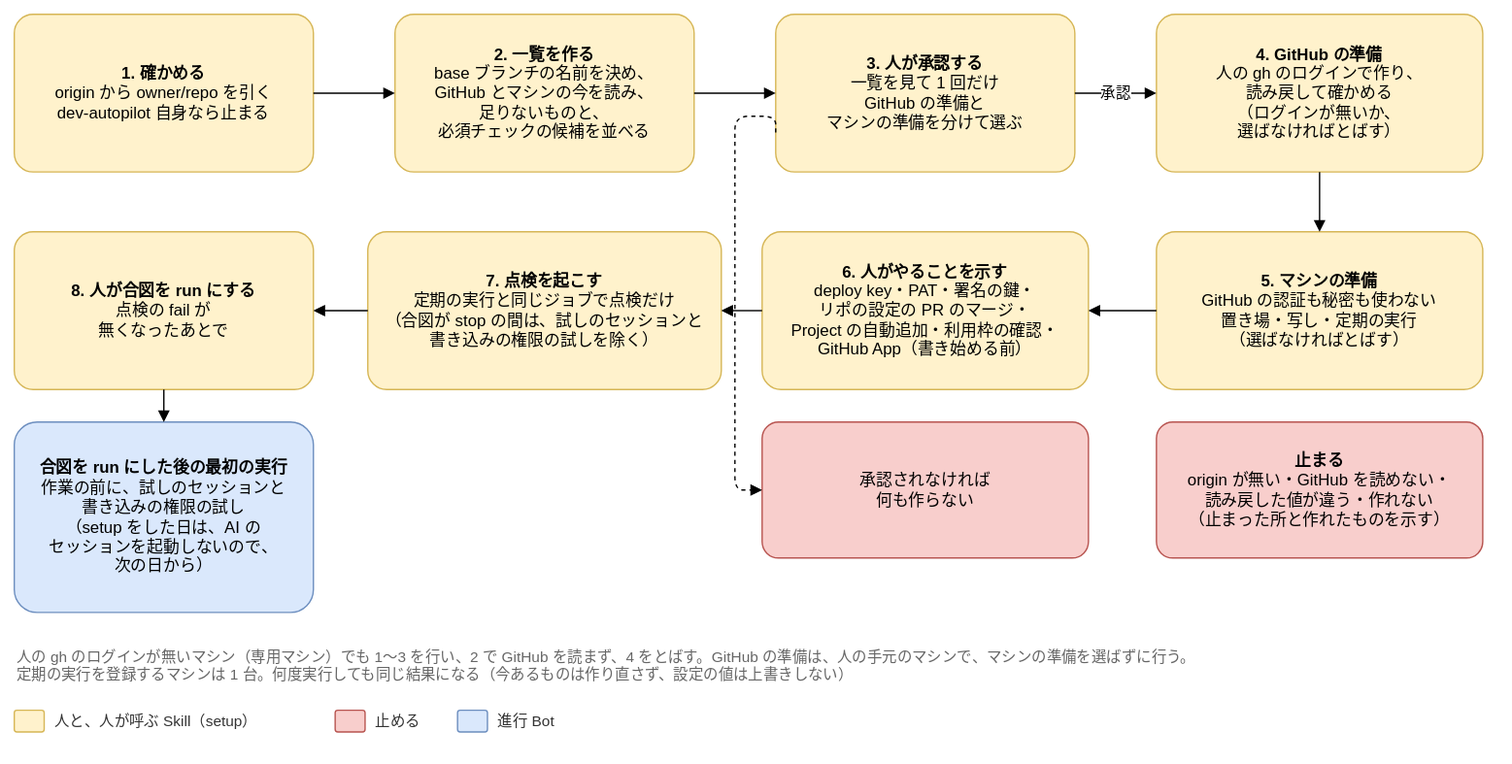
Above: docs/design/basic/diagrams/04-setup-flow.drawio.svg in Joymerrevent/dev-autopilot (draw.io), before the change. Source tidied: cells renumbered, new cells last; positions are measured from the earlier drawing's top-left corner, leaving out a move shared by most shapes.
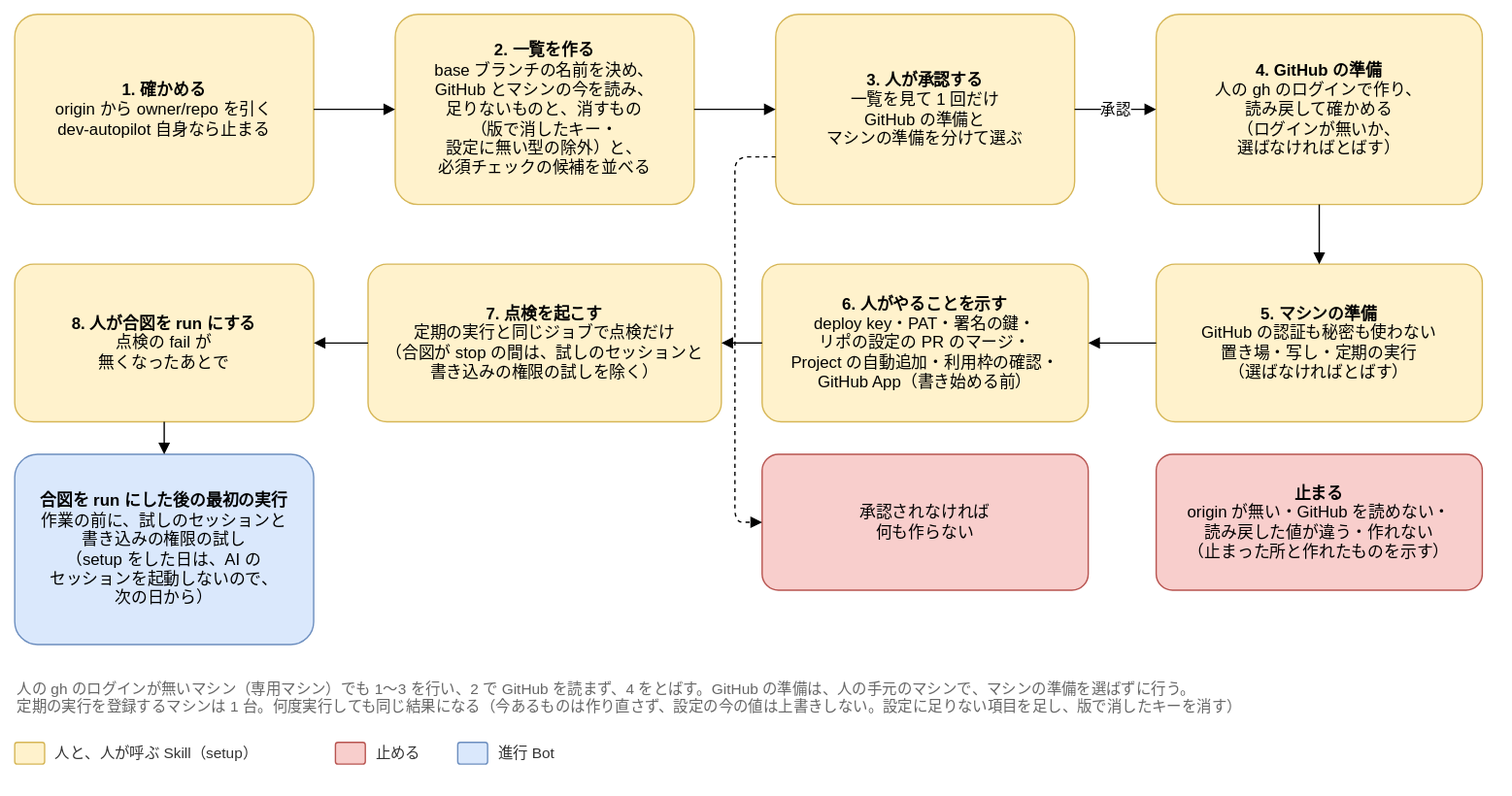
Later version of the same file.

What changed in the source:
```diff
@@ -3,16 +3,16 @@
     <mxCell id="0" />
     <mxCell id="1" parent="0" />
     <mxCell id="2" value="&lt;b&gt;1. 確かめる&lt;/b&gt;&lt;br&gt;origin から owner/repo を引く&lt;br&gt;dev-autopilot 自身なら止まる" style="rounded=1;whiteSpace=wrap;html=1;fontSize=12;arcSize=12;spacing=12;fillColor=#fff2cc;strokeColor=#d6b656;" parent="1" vertex="1">
-      <mxGeometry width="220" height="116" as="geometry" />
+      <mxGeometry y="-24" width="220" height="140" as="geometry" />
     </mxCell>
-    <mxCell id="3" value="&lt;b&gt;2. 一覧を作る&lt;/b&gt;&lt;br&gt;base ブランチの名前を決め、&lt;br&gt;GitHub とマシンの今を読み、&lt;br&gt;足りないものと、&lt;br&gt;必須チェックの候補を並べる" style="rounded=1;whiteSpace=wrap;html=1;fontSize=12;arcSize=12;spacing=12;fillColor=#fff2cc;strokeColor=#d6b656;" parent="1" vertex="1">
-      <mxGeometry x="280" width="220" height="116" as="geometry" />
+    <mxCell id="3" value="&lt;b&gt;2. 一覧を作る&lt;/b&gt;&lt;br&gt;base ブランチの名前を決め、&lt;br&gt;GitHub とマシンの今を読み、&lt;br&gt;足りないものと、消すもの&lt;br&gt;（版で消したキー・&lt;br&gt;設定に無い型の除外）と、&lt;br&gt;必須チェックの候補を並べる" style="rounded=1;whiteSpace=wrap;html=1;fontSize=12;arcSize=12;spacing=12;fillColor=#fff2cc;strokeColor=#d6b656;" parent="1" vertex="1">
+      <mxGeometry x="280" y="-24" width="220" height="140" as="geometry" />
     </mxCell>
     <mxCell id="4" value="&lt;b&gt;3. 人が承認する&lt;/b&gt;&lt;br&gt;一覧を見て 1 回だけ&lt;br&gt;GitHub の準備と&lt;br&gt;マシンの準備を分けて選ぶ" style="rounded=1;whiteSpace=wrap;html=1;fontSize=12;arcSize=12;spacing=12;fillColor=#fff2cc;strokeColor=#d6b656;" parent="1" vertex="1">
-      <mxGeometry x="560" width="220" height="116" as="geometry" />
+      <mxGeometry x="560" y="-24" width="220" height="140" as="geometry" />
     </mxCell>
     <mxCell id="5" value="&lt;b&gt;4. GitHub の準備&lt;/b&gt;&lt;br&gt;人の gh のログインで作り、&lt;br&gt;読み戻して確かめる&lt;br&gt;（ログインが無いか、&lt;br&gt;選ばなければとばす）" style="rounded=1;whiteSpace=wrap;html=1;fontSize=12;arcSize=12;spacing=12;fillColor=#fff2cc;strokeColor=#d6b656;" parent="1" vertex="1">
-      <mxGeometry x="840" width="240" height="116" as="geometry" />
+      <mxGeometry x="840" y="-24" width="240" height="140" as="geometry" />
     </mxCell>
     <mxCell id="6" value="&lt;b&gt;5. マシンの準備&lt;/b&gt;&lt;br&gt;GitHub の認証も秘密も使わない&lt;br&gt;置き場・写し・定期の実行&lt;br&gt;（選ばなければとばす）" style="rounded=1;whiteSpace=wrap;html=1;fontSize=12;arcSize=12;spacing=12;fillColor=#fff2cc;strokeColor=#d6b656;" parent="1" vertex="1">
       <mxGeometry x="840" y="160" width="240" height="116" as="geometry" />
@@ -53,12 +53,12 @@
     <mxCell id="18" style="edgeStyle=orthogonalEdgeStyle;rounded=1;html=1;endArrow=block;endFill=1;fontSize=11;labelBackgroundColor=#ffffff;dashed=1;exitX=0;exitY=0.75;exitDx=0;exitDy=0;entryX=0;entryY=0.5;entryDx=0;entryDy=0;" parent="1" edge="1" source="4" target="17">
       <mxGeometry relative="1" as="geometry">
         <Array as="points">
-          <mxPoint x="530" y="75" />
+          <mxPoint x="530" y="81" />
           <mxPoint x="530" y="350" />
         </Array>
       </mxGeometry>
     </mxCell>
-    <mxCell id="19" value="人の gh のログインが無いマシン（専用マシン）でも 1〜3 を行い、2 で GitHub を読まず、4 をとばす。GitHub の準備は、人の手元のマシンで、マシンの準備を選ばずに行う。&lt;br&gt;定期の実行を登録するマシンは 1 台。何度実行しても同じ結果になる（今あるものは作り直さず、設定の値は上書きしない）" style="text;html=1;whiteSpace=wrap;align=left;verticalAlign=top;fontSize=11;fontColor=#666666;" parent="1" vertex="1">
+    <mxCell id="19" value="人の gh のログインが無いマシン（専用マシン）でも 1〜3 を行い、2 で GitHub を読まず、4 をとばす。GitHub の準備は、人の手元のマシンで、マシンの準備を選ばずに行う。&lt;br&gt;定期の実行を登録するマシンは 1 台。何度実行しても同じ結果になる（今あるものは作り直さず、設定の今の値は上書きしない。設定に足りない項目を足し、版で消したキーを消す）" style="text;html=1;whiteSpace=wrap;align=left;verticalAlign=top;fontSize=11;fontColor=#666666;" parent="1" vertex="1">
       <mxGeometry y="460" width="1080" height="36" as="geometry" />
     </mxCell>
     <mxCell id="20" value="&lt;b&gt;合図を run にした後の最初の実行&lt;/b&gt;&lt;br&gt;作業の前に、試しのセッションと&lt;br&gt;書き込みの権限の試し&lt;br&gt;（setup をした日は、AI の&lt;br&gt;セッションを起動しないので、&lt;br&gt;次の日から）" style="rounded=1;whiteSpace=wrap;html=1;fontSize=12;arcSize=12;spacing=12;fillColor=#dae8fc;strokeColor=#6c8ebf;" parent="1" vertex="1">
```
